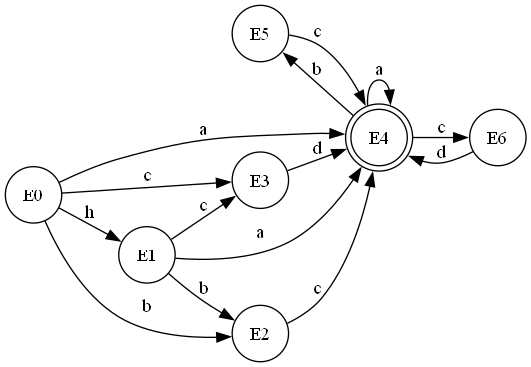
Earlier version of the Graphviz export Proyecto1/AFD.png (AlvaroCeballos/-LFP-202300673-). Its source is kept beside it as Proyecto1/AFD.dot.
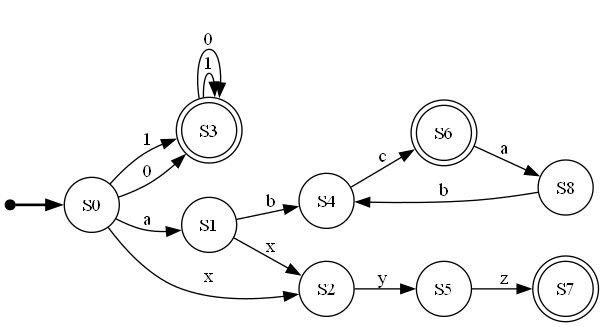
The same file after the commit.

Diff of the diagram source:
```diff
@@ -1,38 +1,34 @@
 digraph G {
 rankdir=LR;
-E5->E4[label="c"]
-E6->E4[label="d"]
-E0->E3[label="c"]
-E0->E2[label="b"]
-E0->E4[label="a"]
-E0->E1[label="h"]
-E1->E3[label="c"]
-E1->E2[label="b"]
-E1->E4[label="a"]
-E2->E4[label="c"]
-E3->E4[label="d"]
-E4->E6[label="c"]
-E4->E5[label="b"]
-E4->E4[label="a"]
-E5[shape=circle]
-E4[shape=doublecircle]
-E6[shape=circle]
-E4[shape=doublecircle]
-E0[shape=circle]
-E3[shape=circle]
-E2[shape=circle]
-E4[shape=doublecircle]
-E1[shape=circle]
-E1[shape=circle]
-E3[shape=circle]
-E2[shape=circle]
-E4[shape=doublecircle]
-E2[shape=circle]
-E4[shape=doublecircle]
-E3[shape=circle]
-E4[shape=doublecircle]
-E4[shape=doublecircle]
-E6[shape=circle]
-E5[shape=circle]
-E4[shape=doublecircle]
+node [shape=circle];
+S3->S3[label="1"]
+S3->S3[label="0"]
+S4->S6[label="c"]
+S5->S7[label="z"]
+S6->S8[label="a"]
+S8->S4[label="b"]
+S0->S1[label="a"]
+S0->S3[label="1"]
+S0->S3[label="0"]
+S0->S2[label="x"]
+S1->S4[label="b"]
+S1->S2[label="x"]
+S2->S5[label="y"]
+S3 [shape=doublecircle]
+S3[shape=doublecircle]
+S3[shape=doublecircle]
+S6[shape=doublecircle]
+S7[shape=doublecircle]
+S6 [shape=doublecircle]
+S8[shape=circle]
+S4[shape=circle]
+invisible_start [shape=point, width=0.1, height=0.1]
+invisible_start -> S0 [style=bold]
+S1[shape=circle]
+S3[shape=doublecircle]
+S3[shape=doublecircle]
+S2[shape=circle]
+S4[shape=circle]
+S2[shape=circle]
+S5[shape=circle]
 }
```
